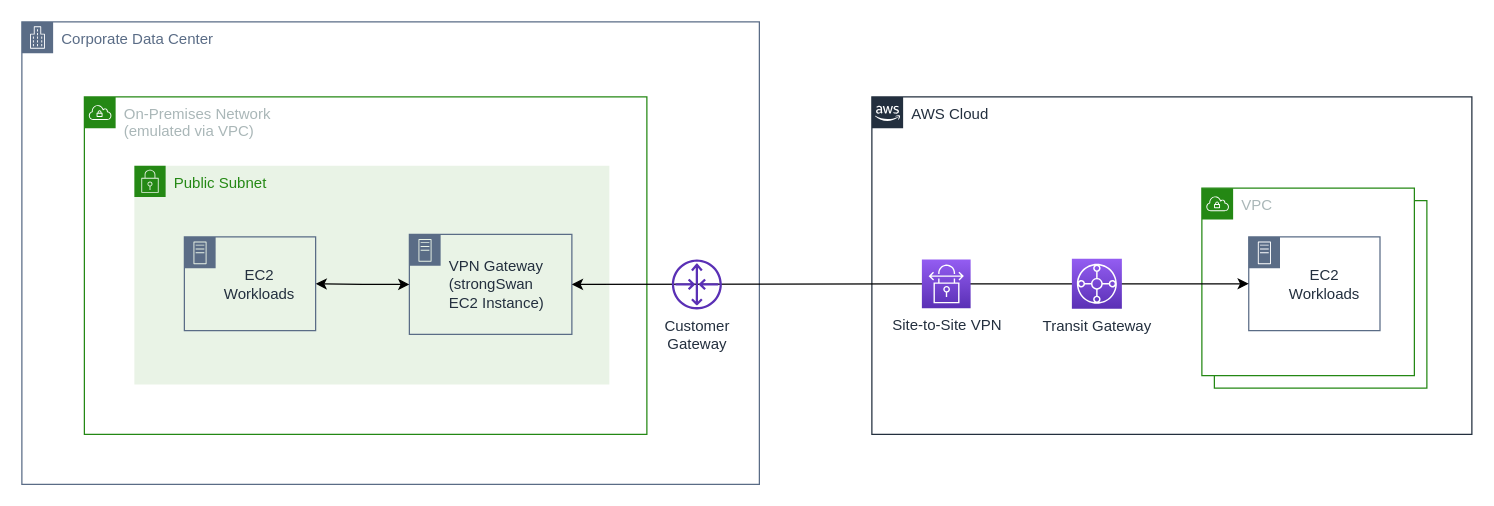
Before: page "TGW" (2 of 3) of images/site-to-site-vpn-scenarios.drawio in aws-samples/vpn-gateway-strongswan, a draw.io diagram. Source tidied: cells renumbered, new cells numbered last; positions are measured from the earlier drawing's top-left corner, leaving out a move shared by most shapes. Both pictures are drawn from the tidied source at 125%, with x=0, y=0 at pixel (21, 21).
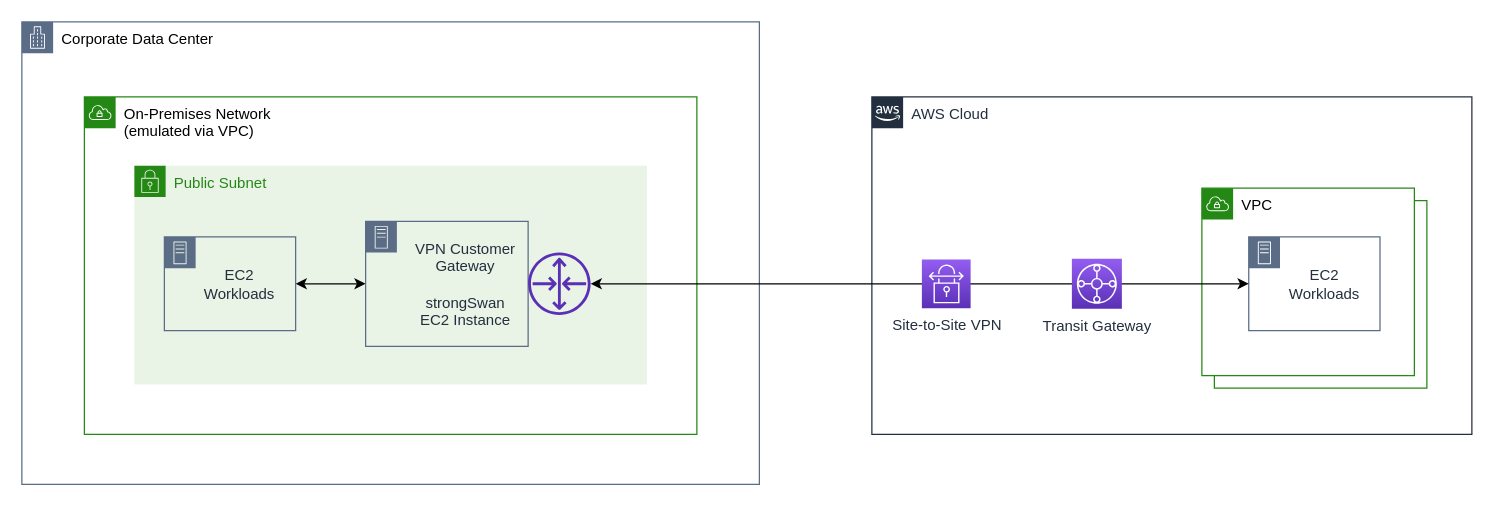
The same diagram, later.

The edit, as a diff of the source:
```diff
@@
 <mxGraphModel>
   <root>
     <mxCell id="0" />
     <mxCell id="1" parent="0" />
-    <mxCell id="2" value="Corporate Data Center" style="gradientColor=none;html=1;whiteSpace=wrap;fontSize=12;fontStyle=0;shape=mxgraph.aws4.group;grIcon=mxgraph.aws4.group_corporate_data_center;strokeColor=#5A6C86;fillColor=none;verticalAlign=top;align=left;spacingLeft=30;fontColor=#5A6C86;dashed=0;" parent="1" vertex="1">
+    <mxCell id="2" value="Corporate Data Center" style="gradientColor=none;html=1;whiteSpace=wrap;fontSize=12;fontStyle=0;shape=mxgraph.aws4.group;grIcon=mxgraph.aws4.group_corporate_data_center;strokeColor=#5A6C86;fillColor=none;verticalAlign=top;align=left;spacingLeft=30;fontColor=#000000;dashed=0;" parent="1" vertex="1">
       <mxGeometry width="590" height="370" as="geometry" />
     </mxCell>
     <mxCell id="3" value="AWS Cloud" style="gradientColor=none;html=1;whiteSpace=wrap;fontSize=12;fontStyle=0;shape=mxgraph.aws4.group;grIcon=mxgraph.aws4.group_aws_cloud_alt;strokeColor=#232F3E;fillColor=none;verticalAlign=top;align=left;spacingLeft=30;fontColor=#232F3E;dashed=0;" parent="1" vertex="1">
       <mxGeometry x="680" y="60" width="480" height="270" as="geometry" />
     </mxCell>
-    <mxCell id="4" value="On-Premises Network&lt;br&gt;(emulated via VPC)" style="gradientColor=none;html=1;whiteSpace=wrap;fontSize=12;fontStyle=0;shape=mxgraph.aws4.group;grIcon=mxgraph.aws4.group_vpc;strokeColor=#248814;fillColor=none;verticalAlign=top;align=left;spacingLeft=30;fontColor=#AAB7B8;dashed=0;" parent="1" vertex="1">
-      <mxGeometry x="50" y="60" width="450" height="270" as="geometry" />
+    <mxCell id="4" value="On-Premises Network&lt;br&gt;(emulated via VPC)" style="gradientColor=none;html=1;whiteSpace=wrap;fontSize=12;fontStyle=0;shape=mxgraph.aws4.group;grIcon=mxgraph.aws4.group_vpc;strokeColor=#248814;fillColor=none;verticalAlign=top;align=left;spacingLeft=30;fontColor=#000000;dashed=0;" parent="1" vertex="1">
+      <mxGeometry x="50" y="60" width="490" height="270" as="geometry" />
     </mxCell>
     <mxCell id="5" value="Public Subnet" style="gradientColor=none;html=1;whiteSpace=wrap;fontSize=12;fontStyle=0;shape=mxgraph.aws4.group;grIcon=mxgraph.aws4.group_security_group;grStroke=0;strokeColor=#248814;fillColor=#E9F3E6;verticalAlign=top;align=left;spacingLeft=30;fontColor=#248814;dashed=0;" parent="1" vertex="1">
-      <mxGeometry x="90" y="115" width="380" height="175" as="geometry" />
+      <mxGeometry x="90" y="115" width="410" height="175" as="geometry" />
     </mxCell>
     <mxCell id="6" value="VPC" style="gradientColor=none;html=1;whiteSpace=wrap;fontSize=12;fontStyle=0;shape=mxgraph.aws4.group;grIcon=mxgraph.aws4.group_vpc;strokeColor=#248814;fillColor=none;verticalAlign=top;align=left;spacingLeft=30;fontColor=#AAB7B8;dashed=0;" parent="1" vertex="1">
       <mxGeometry x="954" y="143" width="170" height="150" as="geometry" />
     </mxCell>
-    <mxCell id="7" value="VPC" style="gradientColor=none;html=1;whiteSpace=wrap;fontSize=12;fontStyle=0;shape=mxgraph.aws4.group;grIcon=mxgraph.aws4.group_vpc;strokeColor=#248814;fillColor=#ffffff;verticalAlign=top;align=left;spacingLeft=30;fontColor=#AAB7B8;dashed=0;" parent="1" vertex="1">
+    <mxCell id="7" value="VPC" style="gradientColor=none;html=1;whiteSpace=wrap;fontSize=12;fontStyle=0;shape=mxgraph.aws4.group;grIcon=mxgraph.aws4.group_vpc;strokeColor=#248814;fillColor=#ffffff;verticalAlign=top;align=left;spacingLeft=30;fontColor=#000000;dashed=0;" parent="1" vertex="1">
       <mxGeometry x="944" y="133" width="170" height="150" as="geometry" />
     </mxCell>
-    <mxCell id="8" value="&lt;span style=&quot;color: rgb(35 , 47 , 62) ; text-align: center ; white-space: nowrap&quot;&gt;VPN Gateway&lt;/span&gt;&lt;br style=&quot;color: rgb(35 , 47 , 62) ; text-align: center ; white-space: nowrap&quot;&gt;&lt;span style=&quot;color: rgb(35 , 47 , 62) ; text-align: center ; white-space: nowrap&quot;&gt;(strongSwan&lt;br&gt;EC2 Instance)&lt;/span&gt;" style="points=[[0,0],[0.25,0],[0.5,0],[0.75,0],[1,0],[1,0.25],[1,0.5],[1,0.75],[1,1],[0.75,1],[0.5,1],[0.25,1],[0,1],[0,0.75],[0,0.5],[0,0.25]];outlineConnect=0;gradientColor=none;html=1;whiteSpace=wrap;fontSize=12;fontStyle=0;shape=mxgraph.aws4.group;grIcon=mxgraph.aws4.group_on_premise;strokeColor=#5A6C86;fillColor=none;verticalAlign=middle;align=left;spacingLeft=30;fontColor=#5A6C86;dashed=0;" parent="1" vertex="1">
-      <mxGeometry x="310" y="170" width="130" height="80" as="geometry" />
-    </mxCell>
     <mxCell id="9" value="&lt;div style=&quot;text-align: center&quot;&gt;&lt;font color=&quot;#232f3e&quot;&gt;&lt;span style=&quot;white-space: nowrap&quot;&gt;EC2&lt;/span&gt;&lt;/font&gt;&lt;/div&gt;&lt;div style=&quot;text-align: center&quot;&gt;&lt;font color=&quot;#232f3e&quot;&gt;&lt;span style=&quot;white-space: nowrap&quot;&gt;Workloads&lt;/span&gt;&lt;/font&gt;&lt;/div&gt;" style="points=[[0,0],[0.25,0],[0.5,0],[0.75,0],[1,0],[1,0.25],[1,0.5],[1,0.75],[1,1],[0.75,1],[0.5,1],[0.25,1],[0,1],[0,0.75],[0,0.5],[0,0.25]];outlineConnect=0;gradientColor=none;html=1;whiteSpace=wrap;fontSize=12;fontStyle=0;shape=mxgraph.aws4.group;grIcon=mxgraph.aws4.group_on_premise;strokeColor=#5A6C86;fillColor=none;verticalAlign=middle;align=left;spacingLeft=30;fontColor=#5A6C86;dashed=0;" parent="1" vertex="1">
       <mxGeometry x="981.5" y="172" width="105" height="75" as="geometry" />
     </mxCell>
-    <mxCell id="10" style="edgeStyle=orthogonalEdgeStyle;rounded=0;jettySize=auto;html=1;startArrow=classic;startFill=1;" parent="1" edge="1" source="9" target="8">
-      <mxGeometry relative="1" as="geometry" />
-    </mxCell>
+    <mxCell id="14" style="edgeStyle=orthogonalEdgeStyle;rounded=0;jettySize=auto;html=1;exitX=0;exitY=0.5;exitDx=0;exitDy=0;entryX=1;entryY=0.5;entryDx=0;entryDy=0;startArrow=classic;startFill=1;" parent="1" edge="1" source="16" target="15">
+      <mxGeometry relative="1" as="geometry" />
+    </mxCell>
+    <mxCell id="15" value="&lt;div style=&quot;text-align: center&quot;&gt;&lt;font color=&quot;#232f3e&quot;&gt;&lt;span style=&quot;white-space: nowrap&quot;&gt;EC2&lt;/span&gt;&lt;/font&gt;&lt;/div&gt;&lt;div style=&quot;text-align: center&quot;&gt;&lt;font color=&quot;#232f3e&quot;&gt;&lt;span style=&quot;white-space: nowrap&quot;&gt;Workloads&lt;/span&gt;&lt;/font&gt;&lt;/div&gt;" style="points=[[0,0],[0.25,0],[0.5,0],[0.75,0],[1,0],[1,0.25],[1,0.5],[1,0.75],[1,1],[0.75,1],[0.5,1],[0.25,1],[0,1],[0,0.75],[0,0.5],[0,0.25]];outlineConnect=0;gradientColor=none;html=1;whiteSpace=wrap;fontSize=12;fontStyle=0;shape=mxgraph.aws4.group;grIcon=mxgraph.aws4.group_on_premise;strokeColor=#5A6C86;fillColor=none;verticalAlign=middle;align=left;spacingLeft=30;fontColor=#5A6C86;dashed=0;" parent="1" vertex="1">
+      <mxGeometry x="114" y="172" width="105" height="75" as="geometry" />
+    </mxCell>
+    <mxCell id="16" value="&lt;span style=&quot;color: rgb(35 , 47 , 62) ; white-space: nowrap&quot;&gt;VPN Customer &lt;br&gt;Gateway&lt;/span&gt;&lt;br style=&quot;color: rgb(35 , 47 , 62) ; white-space: nowrap&quot;&gt;&lt;span style=&quot;color: rgb(35 , 47 , 62) ; white-space: nowrap&quot;&gt;&lt;br&gt;strongSwan&lt;br&gt;EC2 Instance&lt;/span&gt;" style="points=[[0,0],[0.25,0],[0.5,0],[0.75,0],[1,0],[1,0.25],[1,0.5],[1,0.75],[1,1],[0.75,1],[0.5,1],[0.25,1],[0,1],[0,0.75],[0,0.5],[0,0.25]];outlineConnect=0;gradientColor=none;html=1;whiteSpace=wrap;fontSize=12;fontStyle=0;shape=mxgraph.aws4.group;grIcon=mxgraph.aws4.group_on_premise;strokeColor=#5A6C86;fillColor=none;verticalAlign=middle;align=center;spacingLeft=30;fontColor=#5A6C86;dashed=0;" parent="1" vertex="1">
+      <mxGeometry x="275" y="159.5" width="130" height="100" as="geometry" />
+    </mxCell>
+    <mxCell id="17" style="outlineConnect=0;fontColor=#232F3E;gradientColor=none;fillColor=#5A30B5;strokeColor=none;dashed=0;verticalLabelPosition=bottom;verticalAlign=top;align=center;html=1;fontSize=12;fontStyle=0;shape=mxgraph.aws4.router;" parent="1" vertex="1">
+      <mxGeometry x="405" y="184.5" width="50" height="50" as="geometry" />
+    </mxCell>
+    <mxCell id="18" style="edgeStyle=orthogonalEdgeStyle;rounded=0;jettySize=auto;html=1;startArrow=classic;startFill=1;" parent="1" edge="1" source="9" target="17">
+      <mxGeometry relative="1" as="geometry" />
+    </mxCell>
     <mxCell id="11" value="Site-to-Site VPN" style="fontColor=#232F3E;gradientColor=#945DF2;gradientDirection=north;fillColor=#5A30B5;strokeColor=#ffffff;dashed=0;verticalLabelPosition=bottom;verticalAlign=top;align=center;html=1;fontSize=12;fontStyle=0;shape=mxgraph.aws4.resourceIcon;resIcon=mxgraph.aws4.site_to_site_vpn;" parent="1" vertex="1">
       <mxGeometry x="720" y="190" width="39" height="39" as="geometry" />
     </mxCell>
     <mxCell id="12" value="Transit Gateway" style="fontColor=#232F3E;gradientColor=#945DF2;gradientDirection=north;fillColor=#5A30B5;strokeColor=#ffffff;dashed=0;verticalLabelPosition=bottom;verticalAlign=top;align=center;html=1;fontSize=12;fontStyle=0;shape=mxgraph.aws4.resourceIcon;resIcon=mxgraph.aws4.transit_gateway;" parent="1" vertex="1">
       <mxGeometry x="840" y="189.5" width="40" height="40" as="geometry" />
     </mxCell>
-    <mxCell id="13" value="Customer&lt;br&gt;Gateway" style="fontColor=#232F3E;gradientColor=none;fillColor=#5A30B5;strokeColor=none;dashed=0;verticalLabelPosition=bottom;verticalAlign=top;align=center;html=1;fontSize=12;fontStyle=0;shape=mxgraph.aws4.router;" parent="1" vertex="1">
-      <mxGeometry x="520" y="190" width="40" height="40" as="geometry" />
-    </mxCell>
-    <mxCell id="14" style="edgeStyle=orthogonalEdgeStyle;rounded=0;jettySize=auto;html=1;exitX=0;exitY=0.5;exitDx=0;exitDy=0;entryX=1;entryY=0.5;entryDx=0;entryDy=0;startArrow=classic;startFill=1;" parent="1" edge="1" source="8" target="15">
-      <mxGeometry relative="1" as="geometry" />
-    </mxCell>
-    <mxCell id="15" value="&lt;div style=&quot;text-align: center&quot;&gt;&lt;font color=&quot;#232f3e&quot;&gt;&lt;span style=&quot;white-space: nowrap&quot;&gt;EC2&lt;/span&gt;&lt;/font&gt;&lt;/div&gt;&lt;div style=&quot;text-align: center&quot;&gt;&lt;font color=&quot;#232f3e&quot;&gt;&lt;span style=&quot;white-space: nowrap&quot;&gt;Workloads&lt;/span&gt;&lt;/font&gt;&lt;/div&gt;" style="points=[[0,0],[0.25,0],[0.5,0],[0.75,0],[1,0],[1,0.25],[1,0.5],[1,0.75],[1,1],[0.75,1],[0.5,1],[0.25,1],[0,1],[0,0.75],[0,0.5],[0,0.25]];outlineConnect=0;gradientColor=none;html=1;whiteSpace=wrap;fontSize=12;fontStyle=0;shape=mxgraph.aws4.group;grIcon=mxgraph.aws4.group_on_premise;strokeColor=#5A6C86;fillColor=none;verticalAlign=middle;align=left;spacingLeft=30;fontColor=#5A6C86;dashed=0;" parent="1" vertex="1">
-      <mxGeometry x="130" y="172" width="105" height="75" as="geometry" />
-    </mxCell>
   </root>
 </mxGraphModel>
```
